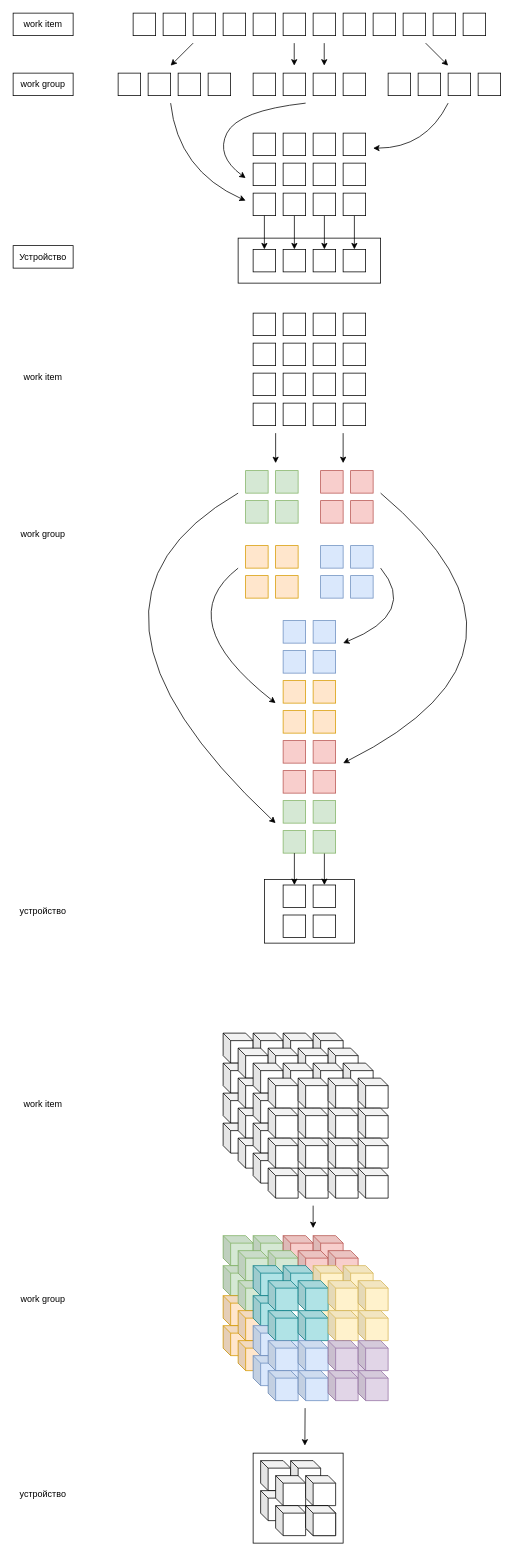
The draw.io diagram img/opencl-raspberrypi/3d.drawio in dernasherbrezon/dernasherbrezon.github.io, before the edit. Source tidied: cells renumbered, new cells numbered last; positions are measured from the earlier drawing's top-left corner, leaving out a move shared by most shapes. Both pictures are drawn from the tidied source at 75%, with x=0, y=0 at pixel (13, 13).
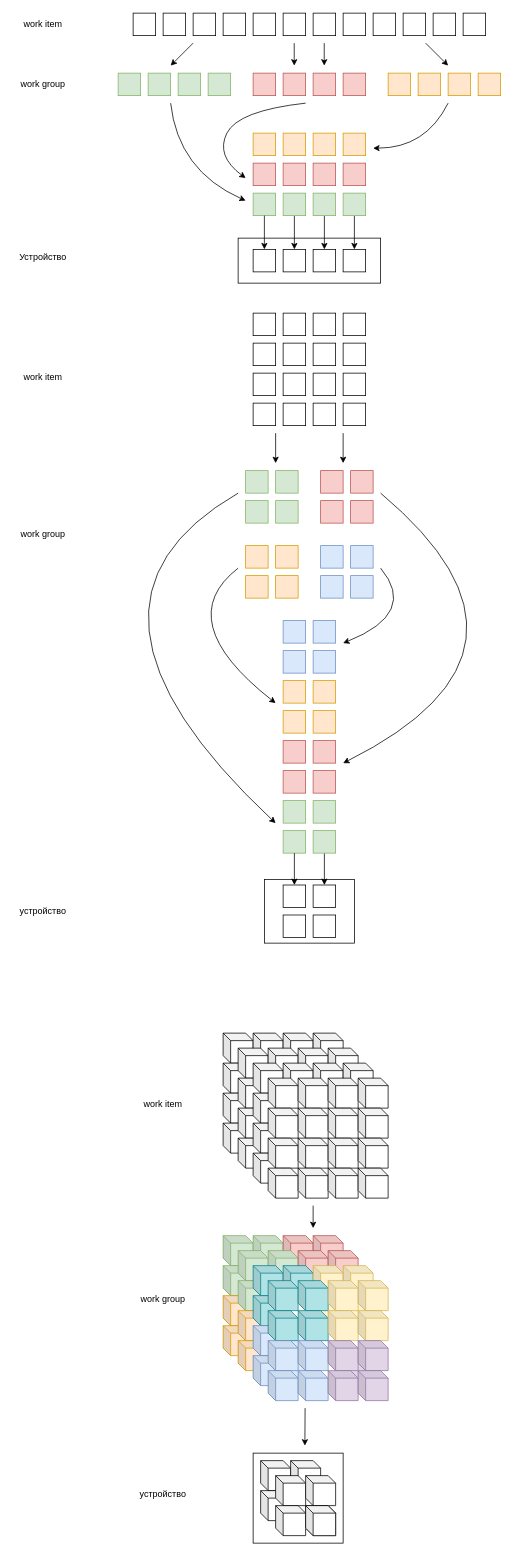
Above is the later version.

The edit, as a diff of the source:
```diff
@@
-    <mxCell id="24" style="rounded=0;whiteSpace=wrap;html=1;strokeColor=default;fillColor=default;fontColor=default;" parent="1" vertex="1">
+    <mxCell id="24" style="rounded=0;whiteSpace=wrap;html=1;strokeColor=#82b366;fillColor=#d5e8d4;" parent="1" vertex="1">
       <mxGeometry x="140" y="80" width="30" height="30" as="geometry" />
     </mxCell>
-    <mxCell id="25" style="rounded=0;whiteSpace=wrap;html=1;strokeColor=default;fillColor=default;fontColor=default;" parent="1" vertex="1">
+    <mxCell id="25" style="rounded=0;whiteSpace=wrap;html=1;strokeColor=#82b366;fillColor=#d5e8d4;" parent="1" vertex="1">
       <mxGeometry x="180" y="80" width="30" height="30" as="geometry" />
     </mxCell>
-    <mxCell id="26" style="rounded=0;whiteSpace=wrap;html=1;strokeColor=default;fillColor=default;fontColor=default;" parent="1" vertex="1">
+    <mxCell id="26" style="rounded=0;whiteSpace=wrap;html=1;strokeColor=#82b366;fillColor=#d5e8d4;" parent="1" vertex="1">
       <mxGeometry x="220" y="80" width="30" height="30" as="geometry" />
     </mxCell>
-    <mxCell id="27" style="rounded=0;whiteSpace=wrap;html=1;strokeColor=default;fillColor=default;fontColor=default;" parent="1" vertex="1">
+    <mxCell id="27" style="rounded=0;whiteSpace=wrap;html=1;strokeColor=#82b366;fillColor=#d5e8d4;" parent="1" vertex="1">
       <mxGeometry x="260" y="80" width="30" height="30" as="geometry" />
     </mxCell>
-    <mxCell id="28" style="rounded=0;whiteSpace=wrap;html=1;strokeColor=default;fillColor=default;fontColor=default;" parent="1" vertex="1">
+    <mxCell id="28" style="rounded=0;whiteSpace=wrap;html=1;strokeColor=#b85450;fillColor=#f8cecc;" parent="1" vertex="1">
       <mxGeometry x="320" y="80" width="30" height="30" as="geometry" />
     </mxCell>
-    <mxCell id="29" style="rounded=0;whiteSpace=wrap;html=1;strokeColor=default;fillColor=default;fontColor=default;" parent="1" vertex="1">
+    <mxCell id="29" style="rounded=0;whiteSpace=wrap;html=1;strokeColor=#b85450;fillColor=#f8cecc;" parent="1" vertex="1">
       <mxGeometry x="360" y="80" width="30" height="30" as="geometry" />
     </mxCell>
-    <mxCell id="30" style="rounded=0;whiteSpace=wrap;html=1;strokeColor=default;fillColor=default;fontColor=default;" parent="1" vertex="1">
+    <mxCell id="30" style="rounded=0;whiteSpace=wrap;html=1;strokeColor=#b85450;fillColor=#f8cecc;" parent="1" vertex="1">
       <mxGeometry x="400" y="80" width="30" height="30" as="geometry" />
     </mxCell>
-    <mxCell id="31" style="rounded=0;whiteSpace=wrap;html=1;strokeColor=default;fillColor=default;fontColor=default;" parent="1" vertex="1">
+    <mxCell id="31" style="rounded=0;whiteSpace=wrap;html=1;strokeColor=#b85450;fillColor=#f8cecc;" parent="1" vertex="1">
       <mxGeometry x="440" y="80" width="30" height="30" as="geometry" />
     </mxCell>
-    <mxCell id="32" style="rounded=0;whiteSpace=wrap;html=1;strokeColor=default;fillColor=default;fontColor=default;" parent="1" vertex="1">
+    <mxCell id="32" style="rounded=0;whiteSpace=wrap;html=1;strokeColor=#d79b00;fillColor=#ffe6cc;" parent="1" vertex="1">
       <mxGeometry x="500" y="80" width="30" height="30" as="geometry" />
     </mxCell>
-    <mxCell id="33" style="rounded=0;whiteSpace=wrap;html=1;strokeColor=default;fillColor=default;fontColor=default;" parent="1" vertex="1">
+    <mxCell id="33" style="rounded=0;whiteSpace=wrap;html=1;strokeColor=#d79b00;fillColor=#ffe6cc;" parent="1" vertex="1">
       <mxGeometry x="540" y="80" width="30" height="30" as="geometry" />
     </mxCell>
-    <mxCell id="34" style="rounded=0;whiteSpace=wrap;html=1;strokeColor=default;fillColor=default;fontColor=default;" parent="1" vertex="1">
+    <mxCell id="34" style="rounded=0;whiteSpace=wrap;html=1;strokeColor=#d79b00;fillColor=#ffe6cc;" parent="1" vertex="1">
       <mxGeometry x="580" y="80" width="30" height="30" as="geometry" />
     </mxCell>
-    <mxCell id="35" style="rounded=0;whiteSpace=wrap;html=1;strokeColor=default;fillColor=default;fontColor=default;" parent="1" vertex="1">
+    <mxCell id="35" style="rounded=0;whiteSpace=wrap;html=1;strokeColor=#d79b00;fillColor=#ffe6cc;" parent="1" vertex="1">
       <mxGeometry x="620" y="80" width="30" height="30" as="geometry" />
     </mxCell>
@@
-    <mxCell id="40" value="work item" style="text;html=1;strokeColor=default;fillColor=default;align=center;verticalAlign=middle;whiteSpace=wrap;rounded=0;fontColor=default;" parent="1" vertex="1">
+    <mxCell id="40" value="work item" style="text;html=1;strokeColor=none;fillColor=default;align=center;verticalAlign=middle;whiteSpace=wrap;rounded=0;fontColor=default;" parent="1" vertex="1">
       <mxGeometry width="80" height="30" as="geometry" />
     </mxCell>
-    <mxCell id="41" value="work group" style="text;html=1;strokeColor=default;fillColor=default;align=center;verticalAlign=middle;whiteSpace=wrap;rounded=0;fontColor=default;" parent="1" vertex="1">
+    <mxCell id="41" value="work group" style="text;html=1;strokeColor=none;fillColor=default;align=center;verticalAlign=middle;whiteSpace=wrap;rounded=0;fontColor=default;" parent="1" vertex="1">
       <mxGeometry y="80" width="80" height="30" as="geometry" />
     </mxCell>
-    <mxCell id="42" style="rounded=0;whiteSpace=wrap;html=1;strokeColor=default;fillColor=default;fontColor=default;" parent="1" vertex="1">
+    <mxCell id="42" style="rounded=0;whiteSpace=wrap;html=1;strokeColor=#82b366;fillColor=#d5e8d4;" parent="1" vertex="1">
       <mxGeometry x="320" y="240" width="30" height="30" as="geometry" />
     </mxCell>
@@
-    <mxCell id="44" style="rounded=0;whiteSpace=wrap;html=1;strokeColor=default;fillColor=default;fontColor=default;" parent="1" vertex="1">
+    <mxCell id="44" style="rounded=0;whiteSpace=wrap;html=1;strokeColor=#82b366;fillColor=#d5e8d4;" parent="1" vertex="1">
       <mxGeometry x="360" y="240" width="30" height="30" as="geometry" />
     </mxCell>
@@
-    <mxCell id="46" style="rounded=0;whiteSpace=wrap;html=1;strokeColor=default;fillColor=default;fontColor=default;" parent="1" vertex="1">
+    <mxCell id="46" style="rounded=0;whiteSpace=wrap;html=1;strokeColor=#82b366;fillColor=#d5e8d4;" parent="1" vertex="1">
       <mxGeometry x="400" y="240" width="30" height="30" as="geometry" />
     </mxCell>
@@
-    <mxCell id="48" style="rounded=0;whiteSpace=wrap;html=1;strokeColor=default;fillColor=default;fontColor=default;" parent="1" vertex="1">
+    <mxCell id="48" style="rounded=0;whiteSpace=wrap;html=1;strokeColor=#82b366;fillColor=#d5e8d4;" parent="1" vertex="1">
       <mxGeometry x="440" y="240" width="30" height="30" as="geometry" />
     </mxCell>
-    <mxCell id="49" style="rounded=0;whiteSpace=wrap;html=1;strokeColor=default;fillColor=default;fontColor=default;" parent="1" vertex="1">
+    <mxCell id="49" style="rounded=0;whiteSpace=wrap;html=1;strokeColor=#b85450;fillColor=#f8cecc;" parent="1" vertex="1">
       <mxGeometry x="320" y="200" width="30" height="30" as="geometry" />
     </mxCell>
-    <mxCell id="50" style="rounded=0;whiteSpace=wrap;html=1;strokeColor=default;fillColor=default;fontColor=default;" parent="1" vertex="1">
+    <mxCell id="50" style="rounded=0;whiteSpace=wrap;html=1;strokeColor=#b85450;fillColor=#f8cecc;" parent="1" vertex="1">
       <mxGeometry x="360" y="200" width="30" height="30" as="geometry" />
     </mxCell>
-    <mxCell id="51" style="rounded=0;whiteSpace=wrap;html=1;strokeColor=default;fillColor=default;fontColor=default;" parent="1" vertex="1">
+    <mxCell id="51" style="rounded=0;whiteSpace=wrap;html=1;strokeColor=#b85450;fillColor=#f8cecc;" parent="1" vertex="1">
       <mxGeometry x="400" y="200" width="30" height="30" as="geometry" />
     </mxCell>
-    <mxCell id="52" style="rounded=0;whiteSpace=wrap;html=1;strokeColor=default;fillColor=default;fontColor=default;" parent="1" vertex="1">
+    <mxCell id="52" style="rounded=0;whiteSpace=wrap;html=1;strokeColor=#b85450;fillColor=#f8cecc;" parent="1" vertex="1">
       <mxGeometry x="440" y="200" width="30" height="30" as="geometry" />
     </mxCell>
-    <mxCell id="53" style="rounded=0;whiteSpace=wrap;html=1;strokeColor=default;fillColor=default;fontColor=default;" parent="1" vertex="1">
+    <mxCell id="53" style="rounded=0;whiteSpace=wrap;html=1;strokeColor=#d79b00;fillColor=#ffe6cc;" parent="1" vertex="1">
       <mxGeometry x="320" y="160" width="30" height="30" as="geometry" />
     </mxCell>
-    <mxCell id="54" style="rounded=0;whiteSpace=wrap;html=1;strokeColor=default;fillColor=default;fontColor=default;" parent="1" vertex="1">
+    <mxCell id="54" style="rounded=0;whiteSpace=wrap;html=1;strokeColor=#d79b00;fillColor=#ffe6cc;" parent="1" vertex="1">
       <mxGeometry x="360" y="160" width="30" height="30" as="geometry" />
     </mxCell>
-    <mxCell id="55" style="rounded=0;whiteSpace=wrap;html=1;strokeColor=default;fillColor=default;fontColor=default;" parent="1" vertex="1">
+    <mxCell id="55" style="rounded=0;whiteSpace=wrap;html=1;strokeColor=#d79b00;fillColor=#ffe6cc;" parent="1" vertex="1">
       <mxGeometry x="400" y="160" width="30" height="30" as="geometry" />
     </mxCell>
-    <mxCell id="56" style="rounded=0;whiteSpace=wrap;html=1;strokeColor=default;fillColor=default;fontColor=default;" parent="1" vertex="1">
+    <mxCell id="56" style="rounded=0;whiteSpace=wrap;html=1;strokeColor=#d79b00;fillColor=#ffe6cc;" parent="1" vertex="1">
       <mxGeometry x="440" y="160" width="30" height="30" as="geometry" />
     </mxCell>
@@
-    <mxCell id="65" value="Устройство" style="text;html=1;strokeColor=default;fillColor=default;align=center;verticalAlign=middle;whiteSpace=wrap;rounded=0;fontColor=default;" parent="1" vertex="1">
+    <mxCell id="65" value="Устройство" style="text;html=1;strokeColor=none;fillColor=default;align=center;verticalAlign=middle;whiteSpace=wrap;rounded=0;fontColor=default;" parent="1" vertex="1">
       <mxGeometry y="310" width="80" height="30" as="geometry" />
     </mxCell>
@@
     <mxCell id="185" value="work item" style="text;html=1;strokeColor=none;fillColor=none;align=center;verticalAlign=middle;whiteSpace=wrap;rounded=0;fontColor=default;" parent="1" vertex="1">
-      <mxGeometry y="1440" width="80" height="30" as="geometry" />
+      <mxGeometry x="160" y="1440" width="80" height="30" as="geometry" />
     </mxCell>
@@
     <mxCell id="250" value="work group" style="text;html=1;strokeColor=none;fillColor=none;align=center;verticalAlign=middle;whiteSpace=wrap;rounded=0;fontColor=default;" parent="1" vertex="1">
-      <mxGeometry y="1700" width="80" height="30" as="geometry" />
+      <mxGeometry x="160" y="1700" width="80" height="30" as="geometry" />
     </mxCell>
@@
     <mxCell id="252" value="устройство" style="text;html=1;strokeColor=none;fillColor=none;align=center;verticalAlign=middle;whiteSpace=wrap;rounded=0;fontColor=default;" parent="1" vertex="1">
-      <mxGeometry y="1960" width="80" height="30" as="geometry" />
+      <mxGeometry x="160" y="1960" width="80" height="30" as="geometry" />
     </mxCell>
```
